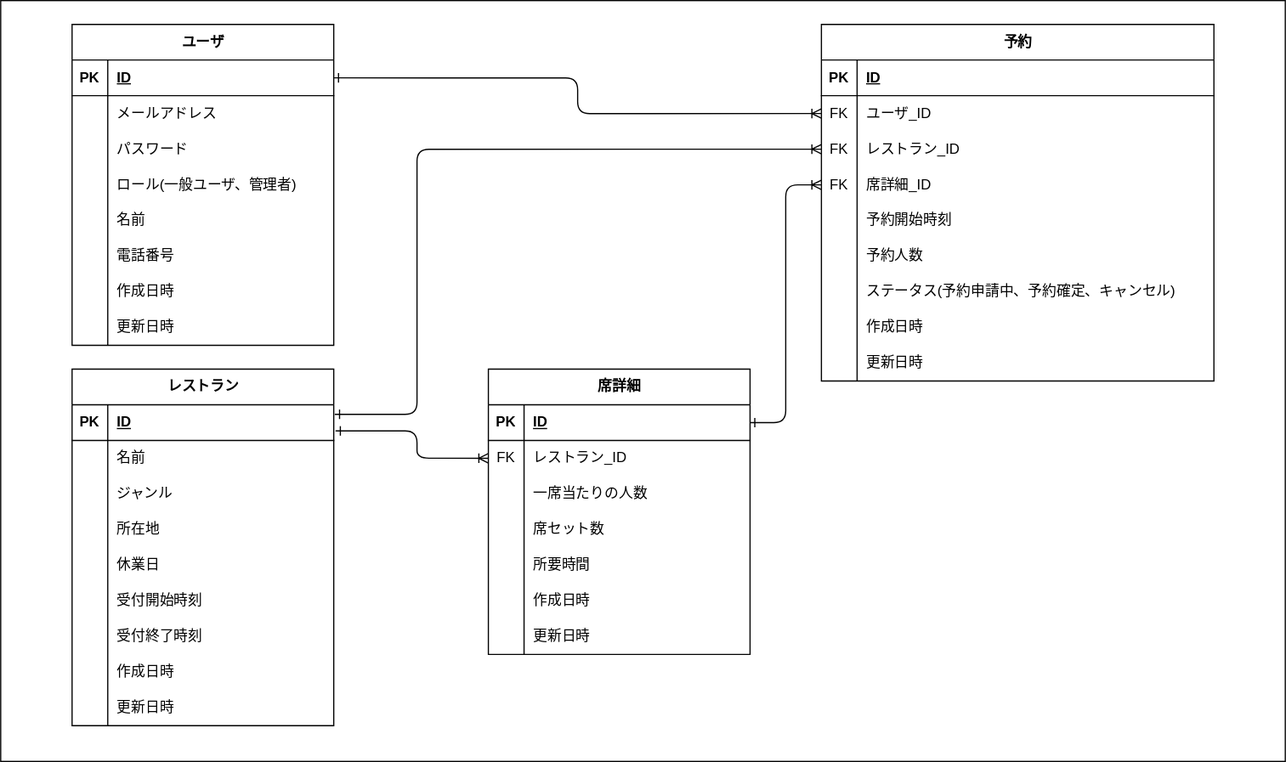
The draw.io diagram docs/ER図.svg in hrdhrk07-spec/restaurant-reservation, before a commit. Source tidied: cells renumbered, new cells last; positions are measured from the earlier drawing's top-left corner, leaving out a move shared by most shapes.
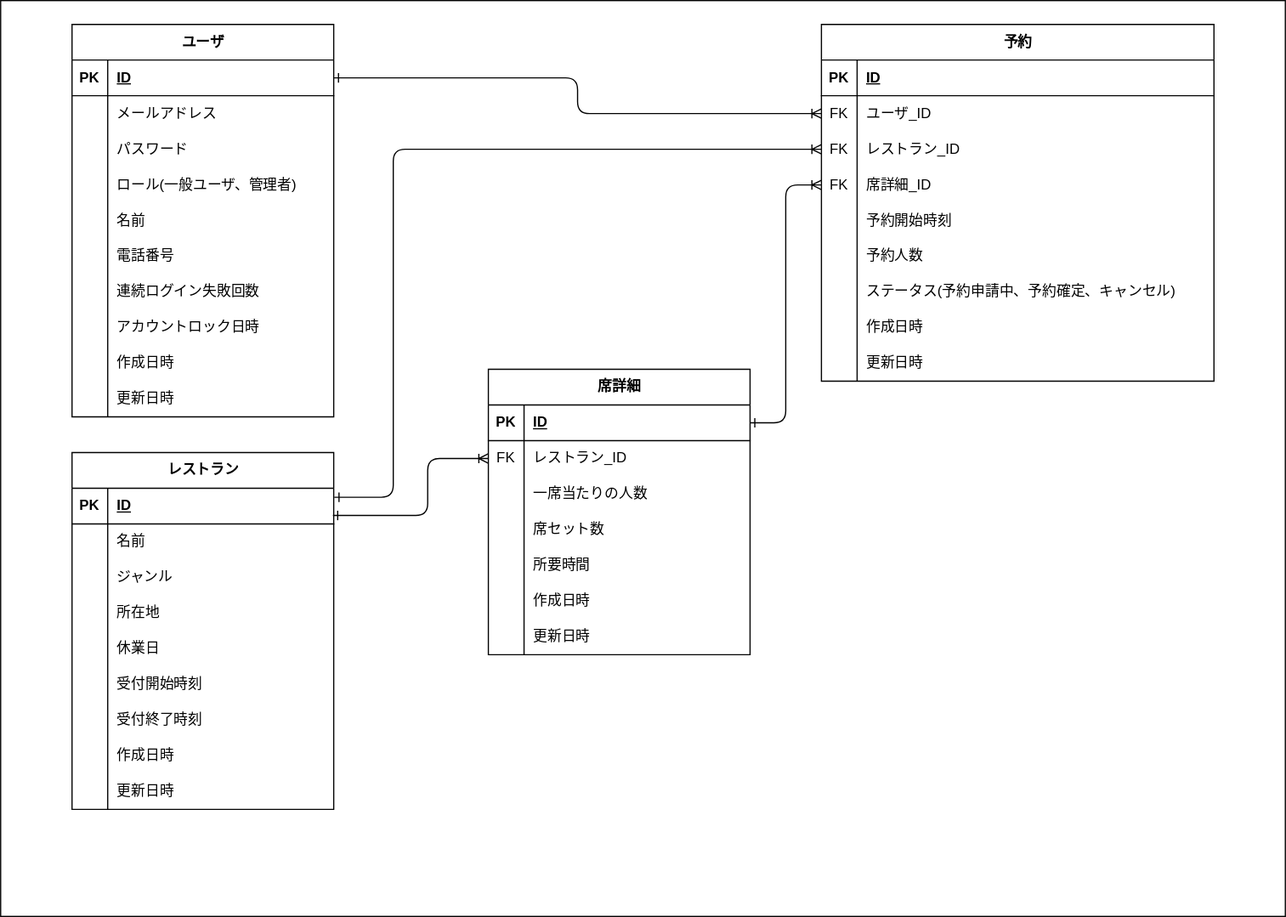
After the commit.

Diff of the diagram source:
```diff
@@ -3,10 +3,10 @@
     <mxCell id="0" />
     <mxCell id="1" parent="0" />
     <mxCell id="2" style="rounded=0;whiteSpace=wrap;html=1;" parent="1" vertex="1">
-      <mxGeometry width="1080" height="640" as="geometry" />
+      <mxGeometry width="1080" height="770" as="geometry" />
     </mxCell>
     <mxCell id="3" value="ユーザ" style="shape=table;startSize=30;rowLines=0;fontStyle=1;align=center;html=1;" parent="1" vertex="1">
-      <mxGeometry x="60" y="20" width="220" height="270" as="geometry" />
+      <mxGeometry x="60" y="20" width="220" height="330" as="geometry" />
     </mxCell>
     <mxCell id="4" style="shape=tableRow;horizontal=0;startSize=0;swimlaneHead=0;swimlaneBody=0;fillColor=none;points=[[0,0.5],[1,0.5]];portConstraint=eastwest;top=0;left=0;right=0;bottom=1;" parent="3" vertex="1">
       <mxGeometry y="30" width="220" height="30" as="geometry" />
@@ -62,8 +62,26 @@
     <mxCell id="21" value="電話番号" style="shape=partialRectangle;fillColor=none;top=0;left=0;bottom=0;right=0;align=left;spacingLeft=6;overflow=hidden;whiteSpace=wrap;html=1;" parent="19" vertex="1">
       <mxGeometry x="30" width="190" height="30" as="geometry" />
     </mxCell>
+    <mxCell id="110" style="shape=tableRow;horizontal=0;startSize=0;swimlaneHead=0;swimlaneBody=0;fillColor=none;top=0;left=0;right=0;bottom=0;" parent="3" vertex="1">
+      <mxGeometry y="210" width="220" height="30" as="geometry" />
+    </mxCell>
+    <mxCell id="111" style="shape=partialRectangle;fillColor=none;top=0;left=0;bottom=0;right=0;overflow=hidden;whiteSpace=wrap;html=1;" parent="110" vertex="1">
+      <mxGeometry width="30" height="30" as="geometry" />
+    </mxCell>
+    <mxCell id="112" value="連続ログイン失敗回数" style="shape=partialRectangle;fillColor=none;top=0;left=0;bottom=0;right=0;align=left;spacingLeft=6;overflow=hidden;whiteSpace=wrap;html=1;" parent="110" vertex="1">
+      <mxGeometry x="30" width="190" height="30" as="geometry" />
+    </mxCell>
+    <mxCell id="113" style="shape=tableRow;horizontal=0;startSize=0;swimlaneHead=0;swimlaneBody=0;fillColor=none;top=0;left=0;right=0;bottom=0;" parent="3" vertex="1">
+      <mxGeometry y="240" width="220" height="30" as="geometry" />
+    </mxCell>
+    <mxCell id="114" style="shape=partialRectangle;fillColor=none;top=0;left=0;bottom=0;right=0;overflow=hidden;whiteSpace=wrap;html=1;" parent="113" vertex="1">
+      <mxGeometry width="30" height="30" as="geometry" />
+    </mxCell>
+    <mxCell id="115" value="アカウントロック日時" style="shape=partialRectangle;fillColor=none;top=0;left=0;bottom=0;right=0;align=left;spacingLeft=6;overflow=hidden;whiteSpace=wrap;html=1;" parent="113" vertex="1">
+      <mxGeometry x="30" width="190" height="30" as="geometry" />
+    </mxCell>
     <mxCell id="22" style="shape=tableRow;horizontal=0;startSize=0;swimlaneHead=0;swimlaneBody=0;fillColor=none;top=0;left=0;right=0;bottom=0;" parent="3" vertex="1">
-      <mxGeometry y="210" width="220" height="30" as="geometry" />
+      <mxGeometry y="270" width="220" height="30" as="geometry" />
     </mxCell>
     <mxCell id="23" style="shape=partialRectangle;fillColor=none;top=0;left=0;bottom=0;right=0;overflow=hidden;whiteSpace=wrap;html=1;" parent="22" vertex="1">
       <mxGeometry width="30" height="30" as="geometry" />
@@ -72,7 +90,7 @@
       <mxGeometry x="30" width="190" height="30" as="geometry" />
     </mxCell>
     <mxCell id="25" style="shape=tableRow;horizontal=0;startSize=0;swimlaneHead=0;swimlaneBody=0;fillColor=none;top=0;left=0;right=0;bottom=0;" parent="3" vertex="1">
-      <mxGeometry y="240" width="220" height="30" as="geometry" />
+      <mxGeometry y="300" width="220" height="30" as="geometry" />
     </mxCell>
     <mxCell id="26" style="shape=partialRectangle;fillColor=none;top=0;left=0;bottom=0;right=0;overflow=hidden;whiteSpace=wrap;html=1;" parent="25" vertex="1">
       <mxGeometry width="30" height="30" as="geometry" />
@@ -81,7 +99,7 @@
       <mxGeometry x="30" width="190" height="30" as="geometry" />
     </mxCell>
     <mxCell id="28" value="レストラン" style="shape=table;startSize=30;rowLines=0;fontStyle=1;align=center;html=1;" parent="1" vertex="1">
-      <mxGeometry x="60" y="310" width="220" height="300" as="geometry" />
+      <mxGeometry x="60" y="380" width="220" height="300" as="geometry" />
     </mxCell>
     <mxCell id="29" style="shape=tableRow;horizontal=0;startSize=0;swimlaneHead=0;swimlaneBody=0;fillColor=none;points=[[0,0.5],[1,0.5]];portConstraint=eastwest;top=0;left=0;right=0;bottom=1;" parent="28" vertex="1">
       <mxGeometry y="30" width="220" height="30" as="geometry" />
@@ -314,22 +332,22 @@
     <mxCell id="105" value="更新日時" style="shape=partialRectangle;fillColor=none;top=0;left=0;bottom=0;right=0;align=left;spacingLeft=6;overflow=hidden;whiteSpace=wrap;html=1;" parent="103" vertex="1">
       <mxGeometry x="30" width="300" height="30" as="geometry" />
     </mxCell>
-    <mxCell id="106" style="edgeStyle=orthogonalEdgeStyle;fontSize=12;html=1;endArrow=ERoneToMany;rounded=1;exitX=1.007;exitY=0.733;exitDx=0;exitDy=0;entryX=0;entryY=0.5;entryDx=0;entryDy=0;curved=0;exitPerimeter=0;startArrow=ERone;startFill=0;" parent="1" edge="1" source="29" target="60">
+    <mxCell id="106" style="edgeStyle=orthogonalEdgeStyle;fontSize=12;html=1;endArrow=ERoneToMany;rounded=1;exitX=0.997;exitY=0.763;exitDx=0;exitDy=0;entryX=0;entryY=0.5;entryDx=0;entryDy=0;curved=0;exitPerimeter=0;startArrow=ERone;startFill=0;" parent="1" edge="1" source="29" target="60">
       <mxGeometry relative="1" as="geometry">
         <Array as="points">
-          <mxPoint x="350" y="362" />
-          <mxPoint x="350" y="385" />
+          <mxPoint x="359" y="433" />
+          <mxPoint x="359" y="385" />
         </Array>
       </mxGeometry>
     </mxCell>
     <mxCell id="107" style="edgeStyle=orthogonalEdgeStyle;fontSize=12;html=1;endArrow=ERoneToMany;rounded=1;exitX=1;exitY=0.5;exitDx=0;exitDy=0;entryX=0;entryY=0.5;entryDx=0;entryDy=0;curved=0;startArrow=ERone;startFill=0;" parent="1" edge="1" source="4" target="82">
       <mxGeometry relative="1" as="geometry" />
     </mxCell>
-    <mxCell id="108" style="edgeStyle=orthogonalEdgeStyle;fontSize=12;html=1;endArrow=ERoneToMany;rounded=1;exitX=1.004;exitY=0.267;exitDx=0;exitDy=0;entryX=0;entryY=0.5;entryDx=0;entryDy=0;curved=0;startArrow=ERone;startFill=0;exitPerimeter=0;" parent="1" edge="1" source="29" target="85">
+    <mxCell id="108" style="edgeStyle=orthogonalEdgeStyle;fontSize=12;html=1;endArrow=ERoneToMany;rounded=1;entryX=0;entryY=0.5;entryDx=0;entryDy=0;curved=0;startArrow=ERone;startFill=0;exitX=1.002;exitY=0.253;exitDx=0;exitDy=0;exitPerimeter=0;" parent="1" edge="1" source="29" target="85">
       <mxGeometry relative="1" as="geometry">
         <Array as="points">
-          <mxPoint x="350" y="348" />
-          <mxPoint x="350" y="125" />
+          <mxPoint x="330" y="418" />
+          <mxPoint x="330" y="125" />
         </Array>
       </mxGeometry>
     </mxCell>
```
